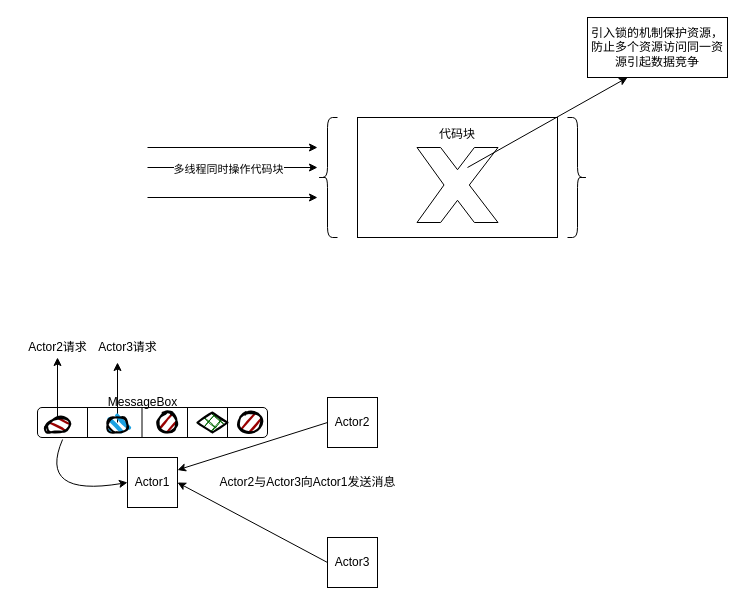
Earlier version of the draw.io diagram Actor.drawio (hongcherry-xy/pic). Source tidied: cells renumbered, new cells numbered last; positions are measured from the earlier drawing's top-left corner, leaving out a move shared by most shapes. Both pictures are drawn from the tidied source at 100%, with x=0, y=0 at pixel (17, 17).
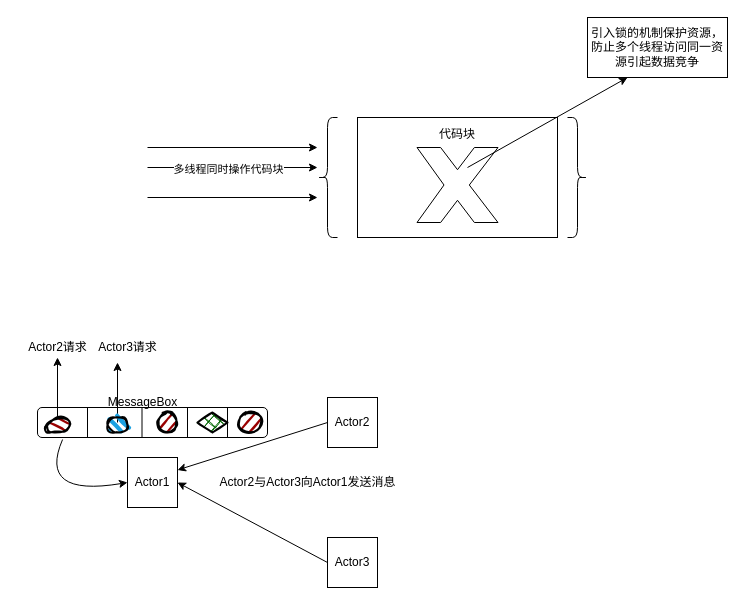
The same diagram, later.

What changed in the source:
```diff
@@
-    <mxCell id="11" value="引入锁的机制保护资源，防止多个资源访问同一资源引起数据竞争" style="rounded=0;whiteSpace=wrap;html=1;" parent="1" vertex="1">
+    <mxCell id="11" value="引入锁的机制保护资源，防止多个线程访问同一资源引起数据竞争" style="rounded=0;whiteSpace=wrap;html=1;" parent="1" vertex="1">
       <mxGeometry x="570" width="140" height="60" as="geometry" />
     </mxCell>
```
